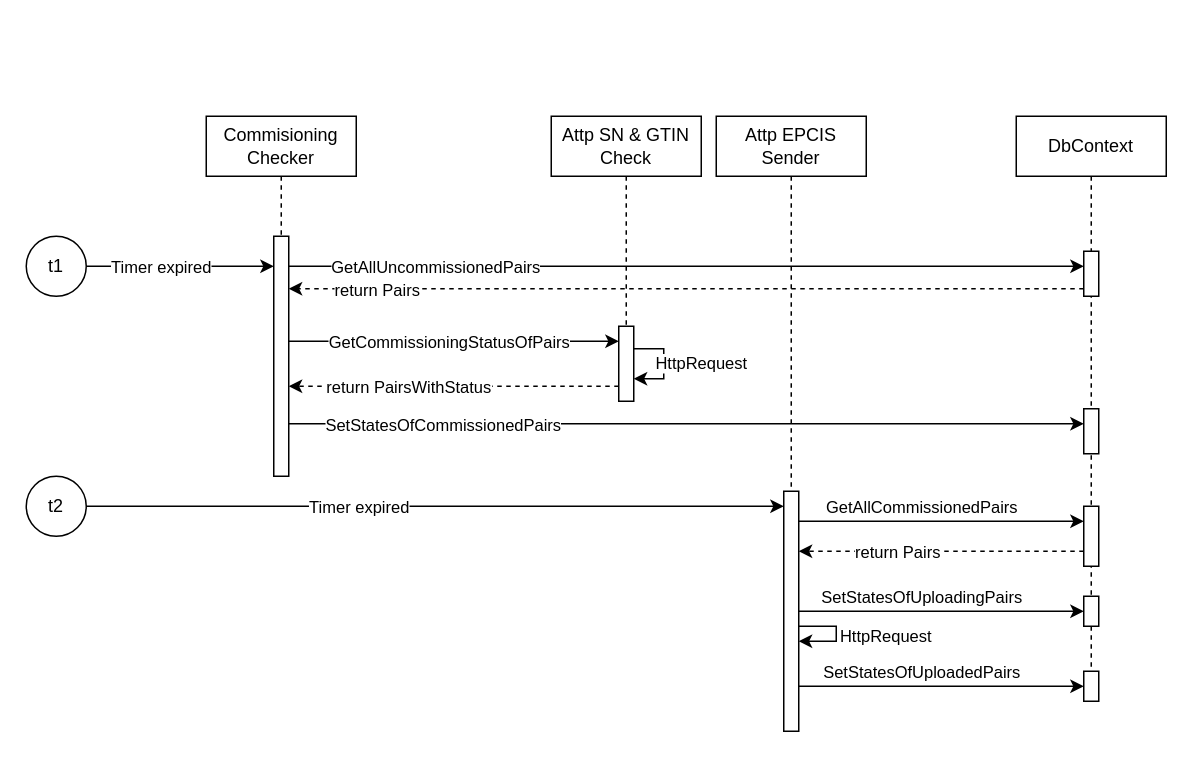
Earlier version of the draw.io diagram page "Check & Upload Service" (2 of 2) of PairingAndUploading-Sequence.drawio (manuel-harsch/draw.io-storage). Source tidied: cells renumbered, new cells numbered last; positions are measured from the earlier drawing's top-left corner, leaving out a move shared by most shapes. Both pictures are drawn from the tidied source at 150%, with x=0, y=0 at pixel (26, 116).
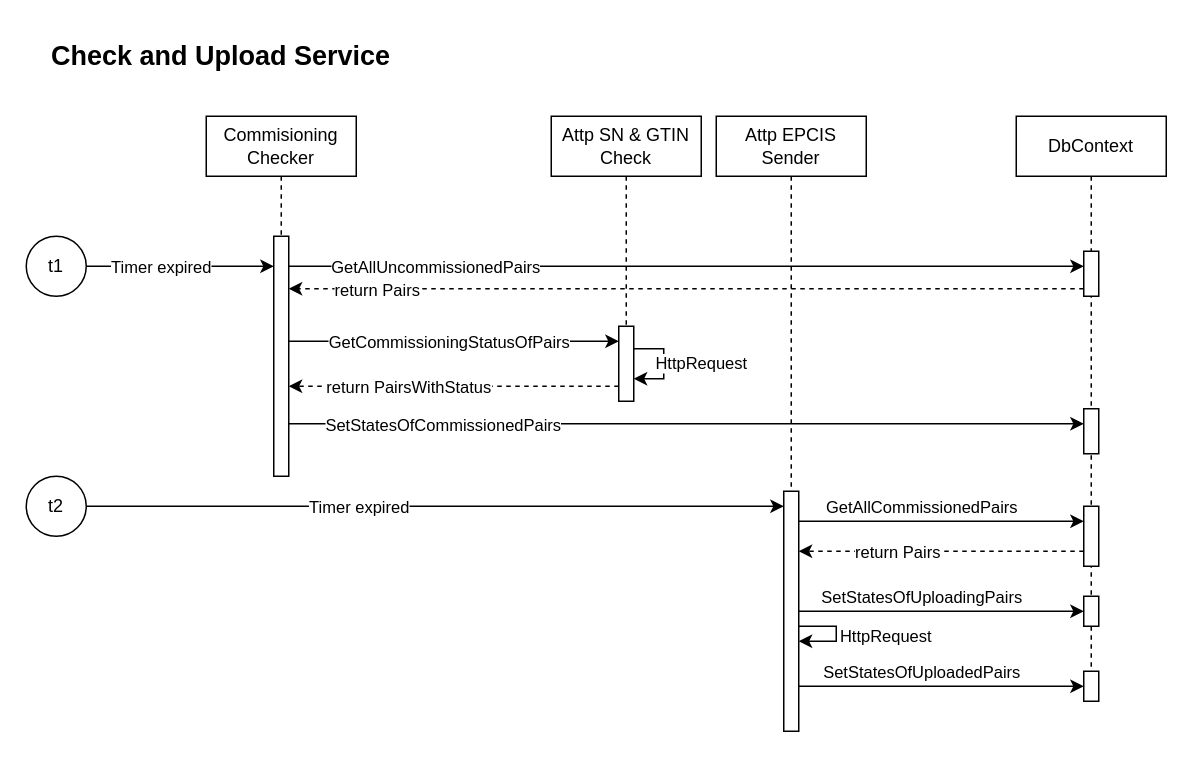
Above is the later version.

The edit, as a diff of the source:
```diff
@@
+    <mxCell id="41" value="&lt;font style=&quot;font-size: 18px;&quot;&gt;&lt;b&gt;Check and Upload Service&lt;/b&gt;&lt;/font&gt;" style="text;strokeColor=none;align=center;fillColor=none;html=1;verticalAlign=middle;whiteSpace=wrap;rounded=0;" parent="1" vertex="1">
+      <mxGeometry y="-60" width="260" height="40" as="geometry" />
+    </mxCell>
```
